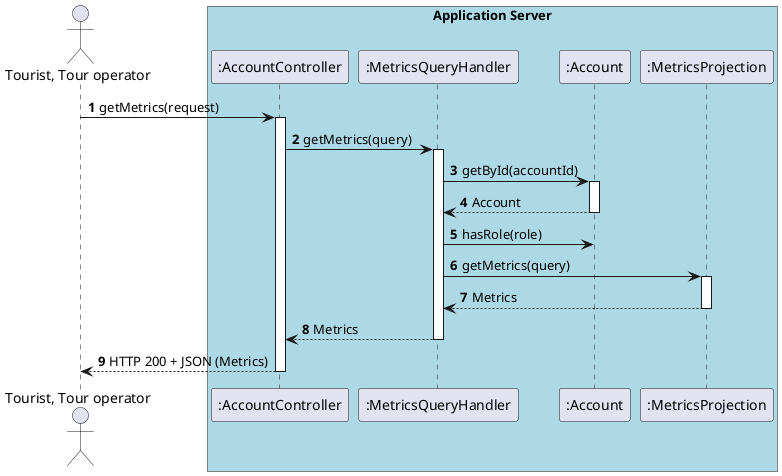
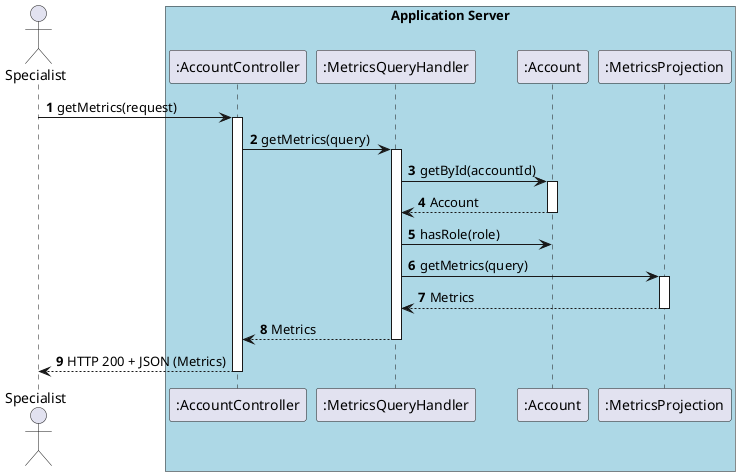
@startuml
autonumber

- actor "Tourist, Tour operator" as user
+ actor "Specialist" as user
box "Application Server" #LightBlue
    participant ":AccountController" as controller
    participant ":MetricsQueryHandler" as handler
    participant ":Account" as accRecord
    participant ":MetricsProjection" as projection
end box

user -> controller : getMetrics(request)
activate controller

controller -> handler : getMetrics(query)
activate handler

handler -> accRecord : getById(accountId)
activate accRecord
handler <-- accRecord : Account
deactivate accRecord

handler -> accRecord : hasRole(role)

handler -> projection : getMetrics(query)
activate projection
handler <-- projection : Metrics
deactivate projection

handler --> controller : Metrics
deactivate handler

controller --> user : HTTP 200 + JSON (Metrics)
deactivate controller

@enduml